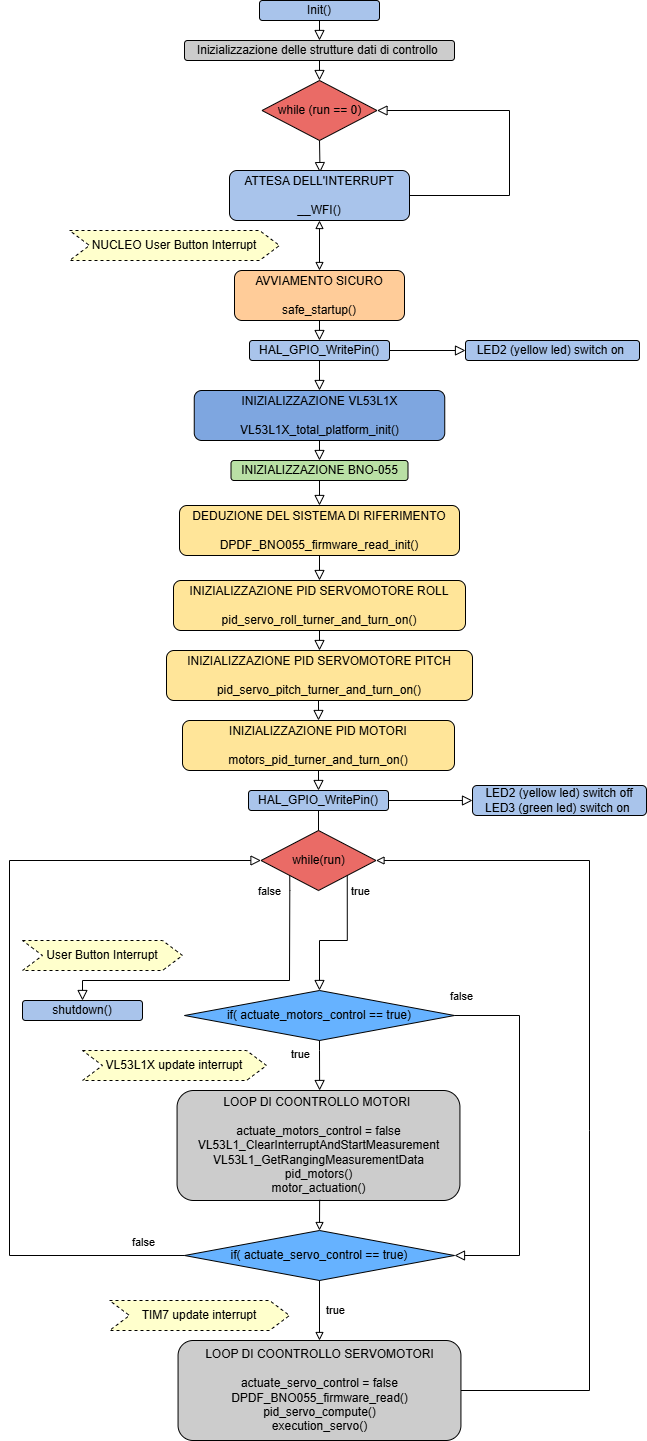
Earlier version of the draw.io export relazione/corrente/figures/03_software/diagramma_di_flusso_generale.png (diego-tag/ducted-fan). Source tidied: cells renumbered, new cells last; positions are measured from the earlier drawing's top-left corner, leaving out a move shared by most shapes. Its diagram source:
```xml
<mxGraphModel background="light-dark(#FFFFFF,#FFFFFF)">
  <root>
    <mxCell id="0" />
    <mxCell id="1" parent="0" />
    <mxCell id="2" style="rounded=0;html=1;jettySize=auto;fontSize=11;endArrow=block;endFill=0;endSize=8;strokeWidth=1;shadow=0;labelBackgroundColor=none;edgeStyle=orthogonalEdgeStyle;entryX=0.5;entryY=0;entryDx=0;entryDy=0;" parent="1" edge="1" source="3" target="4">
      <mxGeometry relative="1" as="geometry">
        <Array as="points">
          <mxPoint x="310" y="40" />
        </Array>
      </mxGeometry>
    </mxCell>
    <mxCell id="3" value="&lt;font style=&quot;color: light-dark(rgb(0, 0, 0), rgb(0, 0, 0));&quot;&gt;Init()&lt;/font&gt;" style="rounded=1;whiteSpace=wrap;html=1;fontSize=12;glass=0;strokeWidth=1;shadow=0;fillColor=light-dark(#A9C4EB,#A9C4EB);" parent="1" vertex="1">
      <mxGeometry x="250" width="120" height="20" as="geometry" />
    </mxCell>
    <mxCell id="4" value="&lt;font style=&quot;color: light-dark(rgb(0, 0, 0), rgb(0, 0, 0));&quot;&gt;Inizializzazione delle strutture dati di controllo&amp;nbsp;&lt;/font&gt;" style="rounded=1;whiteSpace=wrap;html=1;fillColor=light-dark(#CCCCCC,#CCCCCC);" parent="1" vertex="1">
      <mxGeometry x="175" y="40" width="270" height="20" as="geometry" />
    </mxCell>
    <mxCell id="5" value="while (run == 0)" style="rhombus;whiteSpace=wrap;html=1;fillColor=#EA6B66;" parent="1" vertex="1">
      <mxGeometry x="252.5" y="80" width="115" height="60" as="geometry" />
    </mxCell>
    <mxCell id="6" style="rounded=0;html=1;jettySize=auto;fontSize=11;endArrow=block;endFill=0;endSize=8;strokeWidth=1;shadow=0;labelBackgroundColor=none;edgeStyle=orthogonalEdgeStyle;exitX=0.5;exitY=1;exitDx=0;exitDy=0;entryX=0.5;entryY=0;entryDx=0;entryDy=0;" parent="1" edge="1" source="4" target="5">
      <mxGeometry relative="1" as="geometry" />
    </mxCell>
    <mxCell id="7" style="rounded=0;html=1;jettySize=auto;fontSize=11;endArrow=block;endFill=0;endSize=8;strokeWidth=1;shadow=0;labelBackgroundColor=none;edgeStyle=orthogonalEdgeStyle;entryX=0.503;entryY=0.042;entryDx=0;entryDy=0;entryPerimeter=0;exitX=0.5;exitY=1;exitDx=0;exitDy=0;" parent="1" edge="1" source="5" target="8">
      <mxGeometry relative="1" as="geometry" />
    </mxCell>
    <mxCell id="8" value="ATTESA DELL'INTERRUPT&lt;div&gt;&lt;br&gt;&lt;div&gt;__WFI()&lt;/div&gt;&lt;/div&gt;" style="rounded=1;whiteSpace=wrap;html=1;fillColor=#A9C4EB;" parent="1" vertex="1">
      <mxGeometry x="220" y="170" width="180" height="50" as="geometry" />
    </mxCell>
    <mxCell id="9" style="rounded=0;html=1;jettySize=auto;fontSize=11;endArrow=block;endFill=0;endSize=8;strokeWidth=1;shadow=0;labelBackgroundColor=none;edgeStyle=orthogonalEdgeStyle;exitX=1;exitY=0.5;exitDx=0;exitDy=0;entryX=1;entryY=0.5;entryDx=0;entryDy=0;" parent="1" edge="1" source="8" target="5">
      <mxGeometry relative="1" as="geometry">
        <Array as="points">
          <mxPoint x="500" y="195" />
          <mxPoint x="500" y="110" />
        </Array>
      </mxGeometry>
    </mxCell>
    <mxCell id="10" value="NUCLEO User Button Interrupt" style="shape=step;perimeter=stepPerimeter;whiteSpace=wrap;html=1;fixedSize=1;dashed=1;fillColor=#FFFFCC;" parent="1" vertex="1">
      <mxGeometry x="60" y="230" width="210" height="30" as="geometry" />
    </mxCell>
    <mxCell id="11" style="endArrow=block;startArrow=block;html=1;rounded=0;startFill=0;endFill=0;exitX=0.5;exitY=0;exitDx=0;exitDy=0;entryX=0.5;entryY=1;entryDx=0;entryDy=0;" parent="1" edge="1" source="12" target="8">
      <mxGeometry relative="1" as="geometry" />
    </mxCell>
    <mxCell id="12" value="AVVIAMENTO SICURO&lt;div&gt;&lt;br&gt;&lt;/div&gt;&lt;div&gt;safe_startup()&lt;/div&gt;" style="rounded=1;whiteSpace=wrap;html=1;fillColor=#FFCC99;" parent="1" vertex="1">
      <mxGeometry x="225" y="270" width="170" height="50" as="geometry" />
    </mxCell>
    <mxCell id="13" value="HAL_GPIO_WritePin()" style="rounded=1;whiteSpace=wrap;html=1;fillColor=light-dark(#A9C4EB,#A9C4EB);" parent="1" vertex="1">
      <mxGeometry x="240" y="340" width="140" height="20" as="geometry" />
    </mxCell>
    <mxCell id="14" style="rounded=0;html=1;jettySize=auto;fontSize=11;endArrow=block;endFill=0;endSize=8;strokeWidth=1;shadow=0;labelBackgroundColor=none;edgeStyle=orthogonalEdgeStyle;entryX=0.5;entryY=0;entryDx=0;entryDy=0;exitX=0.5;exitY=1;exitDx=0;exitDy=0;" parent="1" edge="1" source="12" target="13">
      <mxGeometry relative="1" as="geometry" />
    </mxCell>
    <mxCell id="15" value="LED2 (yellow led) switch on&amp;nbsp;" style="rounded=1;whiteSpace=wrap;html=1;fillColor=light-dark(#A9C4EB,#A9C4EB);" parent="1" vertex="1">
      <mxGeometry x="456" y="340" width="174" height="20" as="geometry" />
    </mxCell>
    <mxCell id="16" style="rounded=0;html=1;jettySize=auto;fontSize=11;endArrow=block;endFill=0;endSize=8;strokeWidth=1;shadow=0;labelBackgroundColor=none;edgeStyle=orthogonalEdgeStyle;entryX=0;entryY=0.5;entryDx=0;entryDy=0;exitX=1;exitY=0.5;exitDx=0;exitDy=0;" parent="1" edge="1" source="13" target="15">
      <mxGeometry relative="1" as="geometry" />
    </mxCell>
    <mxCell id="17" value="INIZIALIZZAZIONE VL53L1X&lt;div&gt;&lt;br&gt;&lt;div&gt;VL53L1X_total_platform_init()&lt;/div&gt;&lt;/div&gt;" style="rounded=1;whiteSpace=wrap;html=1;fillColor=#7EA6E0;" parent="1" vertex="1">
      <mxGeometry x="184.8" y="390" width="250.5" height="50" as="geometry" />
    </mxCell>
    <mxCell id="18" style="rounded=0;html=1;jettySize=auto;fontSize=11;endArrow=block;endFill=0;endSize=8;strokeWidth=1;shadow=0;labelBackgroundColor=none;edgeStyle=orthogonalEdgeStyle;entryX=0.5;entryY=0;entryDx=0;entryDy=0;exitX=0.5;exitY=1;exitDx=0;exitDy=0;" parent="1" edge="1" source="13" target="17">
      <mxGeometry relative="1" as="geometry" />
    </mxCell>
    <mxCell id="19" value="INIZIALIZZAZIONE BNO-055" style="rounded=1;whiteSpace=wrap;html=1;fillColor=#B9E0A5;" parent="1" vertex="1">
      <mxGeometry x="221.5" y="460" width="177" height="20" as="geometry" />
    </mxCell>
    <mxCell id="20" style="rounded=0;html=1;jettySize=auto;fontSize=11;endArrow=block;endFill=0;endSize=8;strokeWidth=1;shadow=0;labelBackgroundColor=none;edgeStyle=orthogonalEdgeStyle;entryX=0.5;entryY=0;entryDx=0;entryDy=0;exitX=0.5;exitY=1;exitDx=0;exitDy=0;" parent="1" edge="1" source="17" target="19">
      <mxGeometry relative="1" as="geometry" />
    </mxCell>
    <mxCell id="21" value="DEDUZIONE DEL SISTEMA DI RIFERIMENTO&lt;div&gt;&lt;br&gt;&lt;/div&gt;&lt;div&gt;DPDF_BNO055_firmware_read_init()&lt;/div&gt;" style="rounded=1;whiteSpace=wrap;html=1;fillColor=#FFE599;" parent="1" vertex="1">
      <mxGeometry x="170" y="505" width="280" height="50" as="geometry" />
    </mxCell>
    <mxCell id="22" style="rounded=0;html=1;jettySize=auto;fontSize=11;endArrow=block;endFill=0;endSize=8;strokeWidth=1;shadow=0;labelBackgroundColor=none;edgeStyle=orthogonalEdgeStyle;entryX=0.5;entryY=0;entryDx=0;entryDy=0;exitX=0.5;exitY=1;exitDx=0;exitDy=0;" parent="1" edge="1" source="19" target="21">
      <mxGeometry relative="1" as="geometry" />
    </mxCell>
    <mxCell id="23" value="INIZIALIZZAZIONE PID SERVOMOTORE ROLL&lt;div&gt;&lt;br&gt;&lt;/div&gt;&lt;div&gt;pid_servo_roll_turner_and_turn_on()&lt;/div&gt;" style="rounded=1;whiteSpace=wrap;html=1;fillColor=#FFE599;" parent="1" vertex="1">
      <mxGeometry x="164" y="580" width="292" height="50" as="geometry" />
    </mxCell>
    <mxCell id="24" style="rounded=0;html=1;jettySize=auto;fontSize=11;endArrow=block;endFill=0;endSize=8;strokeWidth=1;shadow=0;labelBackgroundColor=none;edgeStyle=orthogonalEdgeStyle;entryX=0.5;entryY=0;entryDx=0;entryDy=0;exitX=0.5;exitY=1;exitDx=0;exitDy=0;" parent="1" edge="1" source="21" target="23">
      <mxGeometry relative="1" as="geometry" />
    </mxCell>
    <mxCell id="25" value="INIZIALIZZAZIONE PID SERVOMOTORE PITCH&lt;div&gt;&lt;br&gt;&lt;/div&gt;&lt;div&gt;pid_servo_pitch_turner_and_turn_on()&lt;/div&gt;" style="rounded=1;whiteSpace=wrap;html=1;fillColor=#FFE599;" parent="1" vertex="1">
      <mxGeometry x="157" y="650" width="306" height="50" as="geometry" />
    </mxCell>
    <mxCell id="26" style="rounded=0;html=1;jettySize=auto;fontSize=11;endArrow=block;endFill=0;endSize=8;strokeWidth=1;shadow=0;labelBackgroundColor=none;edgeStyle=orthogonalEdgeStyle;exitX=0.5;exitY=1;exitDx=0;exitDy=0;entryX=0.5;entryY=0;entryDx=0;entryDy=0;" parent="1" edge="1" source="23" target="25">
      <mxGeometry relative="1" as="geometry" />
    </mxCell>
    <mxCell id="27" value="INIZIALIZZAZIONE PID MOTORI&lt;div&gt;&lt;br&gt;&lt;/div&gt;&lt;div&gt;motors_pid_turner_and_turn_on()&lt;/div&gt;" style="rounded=1;whiteSpace=wrap;html=1;fillColor=#FFE599;" parent="1" vertex="1">
      <mxGeometry x="173" y="720" width="272" height="50" as="geometry" />
    </mxCell>
    <mxCell id="28" style="rounded=0;html=1;jettySize=auto;fontSize=11;endArrow=block;endFill=0;endSize=8;strokeWidth=1;shadow=0;labelBackgroundColor=none;edgeStyle=orthogonalEdgeStyle;exitX=0.5;exitY=1;exitDx=0;exitDy=0;entryX=0.5;entryY=0;entryDx=0;entryDy=0;" parent="1" edge="1" source="25" target="27">
      <mxGeometry relative="1" as="geometry" />
    </mxCell>
    <mxCell id="29" value="while(run)" style="rhombus;whiteSpace=wrap;html=1;fillColor=#EA6B66;" parent="1" vertex="1">
      <mxGeometry x="251.5" y="830" width="115" height="60" as="geometry" />
    </mxCell>
    <mxCell id="30" value="HAL_GPIO_WritePin()" style="rounded=1;whiteSpace=wrap;html=1;fillColor=light-dark(#A9C4EB,#A9C4EB);" parent="1" vertex="1">
      <mxGeometry x="239" y="790" width="140" height="20" as="geometry" />
    </mxCell>
    <mxCell id="31" value="LED2 (yellow led) switch off&lt;div&gt;LED3 (green led) switch on&amp;nbsp;&lt;/div&gt;" style="rounded=1;whiteSpace=wrap;html=1;fillColor=light-dark(#A9C4EB,#A9C4EB);" parent="1" vertex="1">
      <mxGeometry x="463" y="785" width="174" height="30" as="geometry" />
    </mxCell>
    <mxCell id="32" style="rounded=0;html=1;jettySize=auto;fontSize=11;endArrow=block;endFill=0;endSize=8;strokeWidth=1;shadow=0;labelBackgroundColor=none;edgeStyle=orthogonalEdgeStyle;exitX=0.5;exitY=1;exitDx=0;exitDy=0;entryX=0.5;entryY=0;entryDx=0;entryDy=0;" parent="1" edge="1" source="27" target="30">
      <mxGeometry relative="1" as="geometry">
        <Array as="points">
          <mxPoint x="309" y="780" />
          <mxPoint x="309" y="780" />
        </Array>
      </mxGeometry>
    </mxCell>
    <mxCell id="33" style="rounded=0;html=1;jettySize=auto;fontSize=11;endArrow=block;endFill=0;endSize=8;strokeWidth=1;shadow=0;labelBackgroundColor=none;edgeStyle=orthogonalEdgeStyle;exitX=1;exitY=0.5;exitDx=0;exitDy=0;entryX=0;entryY=0.5;entryDx=0;entryDy=0;" parent="1" edge="1" source="30" target="31">
      <mxGeometry relative="1" as="geometry" />
    </mxCell>
    <mxCell id="34" style="endArrow=none;html=1;rounded=0;exitX=0.5;exitY=0;exitDx=0;exitDy=0;entryX=0.5;entryY=1;entryDx=0;entryDy=0;" parent="1" edge="1" source="29" target="30">
      <mxGeometry relative="1" as="geometry" />
    </mxCell>
    <mxCell id="35" value="if( actuate_motors_control == true)" style="rhombus;whiteSpace=wrap;html=1;fillColor=#66B2FF;" parent="1" vertex="1">
      <mxGeometry x="175" y="990" width="270" height="50" as="geometry" />
    </mxCell>
    <mxCell id="36" value="VL53L1X update interrupt" style="shape=step;perimeter=stepPerimeter;whiteSpace=wrap;html=1;fixedSize=1;dashed=1;fillColor=#FFFFCC;" parent="1" vertex="1">
      <mxGeometry x="73" y="1050" width="184" height="30" as="geometry" />
    </mxCell>
    <mxCell id="37" style="rounded=0;html=1;jettySize=auto;fontSize=11;endArrow=block;endFill=0;endSize=8;strokeWidth=1;shadow=0;labelBackgroundColor=none;edgeStyle=orthogonalEdgeStyle;exitX=1;exitY=1;exitDx=0;exitDy=0;entryX=0.5;entryY=0;entryDx=0;entryDy=0;" parent="1" edge="1" source="29" target="35">
      <mxGeometry relative="1" as="geometry" />
    </mxCell>
    <mxCell id="38" value="false" style="edgeLabel;html=1;align=center;verticalAlign=middle;" parent="37" vertex="1">
      <mxGeometry x="-0.01" y="3" relative="1" as="geometry">
        <mxPoint x="-72" y="-53" as="offset" />
      </mxGeometry>
    </mxCell>
    <mxCell id="39" style="rounded=0;html=1;jettySize=auto;fontSize=11;endArrow=block;endFill=0;endSize=8;strokeWidth=1;shadow=0;labelBackgroundColor=none;edgeStyle=orthogonalEdgeStyle;exitX=1;exitY=0.5;exitDx=0;exitDy=0;entryX=1;entryY=0.5;entryDx=0;entryDy=0;" parent="1" edge="1" source="35" target="48">
      <mxGeometry relative="1" as="geometry">
        <Array as="points">
          <mxPoint x="510" y="1015" />
          <mxPoint x="510" y="1255" />
        </Array>
      </mxGeometry>
    </mxCell>
    <mxCell id="40" value="false" style="edgeLabel;html=1;align=center;verticalAlign=middle;" parent="39" vertex="1">
      <mxGeometry x="0.25" y="1" relative="1" as="geometry">
        <mxPoint x="-60" y="-187" as="offset" />
      </mxGeometry>
    </mxCell>
    <mxCell id="41" style="rounded=0;html=1;jettySize=auto;fontSize=11;endArrow=block;endFill=0;endSize=8;strokeWidth=1;shadow=0;labelBackgroundColor=none;edgeStyle=orthogonalEdgeStyle;exitX=0.5;exitY=1;exitDx=0;exitDy=0;entryX=0.504;entryY=0;entryDx=0;entryDy=0;entryPerimeter=0;" parent="1" edge="1" source="35" target="43">
      <mxGeometry relative="1" as="geometry">
        <Array as="points">
          <mxPoint x="310" y="1050" />
        </Array>
      </mxGeometry>
    </mxCell>
    <mxCell id="42" value="true" style="edgeLabel;html=1;align=center;verticalAlign=middle;" parent="41" vertex="1">
      <mxGeometry x="0.16" y="1" relative="1" as="geometry">
        <mxPoint x="-21" y="-15" as="offset" />
      </mxGeometry>
    </mxCell>
    <mxCell id="43" value="LOOP DI COONTROLLO MOTORI&amp;nbsp;&lt;div&gt;&lt;br&gt;&lt;div&gt;actuate_motors_control = false&lt;/div&gt;&lt;div&gt;VL53L1_ClearInterruptAndStartMeasurement&lt;/div&gt;&lt;div&gt;VL53L1_GetRangingMeasurementData&lt;/div&gt;&lt;div&gt;pid_motors()&lt;/div&gt;&lt;div&gt;motor_actuation()&lt;/div&gt;&lt;/div&gt;" style="rounded=1;whiteSpace=wrap;html=1;fillColor=#CCCCCC;" parent="1" vertex="1">
      <mxGeometry x="167.6" y="1090" width="282.9" height="110" as="geometry" />
    </mxCell>
    <mxCell id="44" value="User Button Interrupt" style="shape=step;perimeter=stepPerimeter;whiteSpace=wrap;html=1;fixedSize=1;dashed=1;fillColor=#FFFFCC;" parent="1" vertex="1">
      <mxGeometry x="13" y="940" width="160" height="30" as="geometry" />
    </mxCell>
    <mxCell id="45" style="rounded=0;html=1;jettySize=auto;fontSize=11;endArrow=block;endFill=0;endSize=8;strokeWidth=1;shadow=0;labelBackgroundColor=none;edgeStyle=orthogonalEdgeStyle;entryX=0.5;entryY=0;entryDx=0;entryDy=0;exitX=0;exitY=1;exitDx=0;exitDy=0;" parent="1" edge="1" source="29" target="47">
      <mxGeometry relative="1" as="geometry">
        <Array as="points">
          <mxPoint x="280" y="890" />
          <mxPoint x="280" y="980" />
          <mxPoint x="73" y="980" />
        </Array>
      </mxGeometry>
    </mxCell>
    <mxCell id="46" value="true" style="edgeLabel;html=1;align=center;verticalAlign=middle;" parent="45" vertex="1">
      <mxGeometry x="-0.18" y="-4" relative="1" as="geometry">
        <mxPoint x="101" y="-86" as="offset" />
      </mxGeometry>
    </mxCell>
    <mxCell id="47" value="shutdown()" style="rounded=1;whiteSpace=wrap;html=1;fillColor=#A9C4EB;" parent="1" vertex="1">
      <mxGeometry x="13" y="1000" width="120" height="20" as="geometry" />
    </mxCell>
    <mxCell id="48" value="if( actuate_servo_control == true)" style="rhombus;whiteSpace=wrap;html=1;fillColor=#66B2FF;" parent="1" vertex="1">
      <mxGeometry x="175" y="1230" width="270" height="50" as="geometry" />
    </mxCell>
    <mxCell id="49" style="endArrow=block;html=1;rounded=0;exitX=0.504;exitY=0.994;exitDx=0;exitDy=0;entryX=0.5;entryY=0;entryDx=0;entryDy=0;endFill=0;exitPerimeter=0;" parent="1" edge="1" source="43" target="48">
      <mxGeometry relative="1" as="geometry" />
    </mxCell>
    <mxCell id="50" value="TIM7 update interrupt" style="shape=step;perimeter=stepPerimeter;whiteSpace=wrap;html=1;fixedSize=1;dashed=1;fillColor=#FFFFCC;" parent="1" vertex="1">
      <mxGeometry x="100" y="1300" width="180" height="30" as="geometry" />
    </mxCell>
    <mxCell id="51" style="endArrow=block;html=1;rounded=0;exitX=0.5;exitY=1;exitDx=0;exitDy=0;endFill=0;entryX=0.5;entryY=0;entryDx=0;entryDy=0;" parent="1" edge="1" source="48" target="53">
      <mxGeometry relative="1" as="geometry" />
    </mxCell>
    <mxCell id="52" value="true" style="edgeLabel;html=1;align=center;verticalAlign=middle;" parent="51" vertex="1">
      <mxGeometry x="-0.04" relative="1" as="geometry">
        <mxPoint x="15" as="offset" />
      </mxGeometry>
    </mxCell>
    <mxCell id="53" value="LOOP DI COONTROLLO SERVOMOTORI&lt;div&gt;&lt;br&gt;&lt;div&gt;&lt;span style=&quot;background-color: transparent; color: light-dark(rgb(0, 0, 0), rgb(255, 255, 255));&quot;&gt;actuate_servo_control = false&lt;/span&gt;&lt;/div&gt;&lt;div&gt;&lt;span style=&quot;background-color: transparent; color: light-dark(rgb(0, 0, 0), rgb(255, 255, 255));&quot;&gt;DPDF_BNO055_firmware_read()&lt;/span&gt;&lt;/div&gt;&lt;div&gt;&lt;span style=&quot;background-color: transparent; color: light-dark(rgb(0, 0, 0), rgb(255, 255, 255));&quot;&gt;pid_servo_compute()&lt;/span&gt;&lt;/div&gt;&lt;div&gt;&lt;span style=&quot;background-color: transparent; color: light-dark(rgb(0, 0, 0), rgb(255, 255, 255));&quot;&gt;execution_servo()&lt;/span&gt;&lt;/div&gt;&lt;/div&gt;" style="rounded=1;whiteSpace=wrap;html=1;fillColor=#CCCCCC;" parent="1" vertex="1">
      <mxGeometry x="168.6" y="1340" width="282.9" height="100" as="geometry" />
    </mxCell>
    <mxCell id="54" style="rounded=0;html=1;jettySize=auto;fontSize=11;endArrow=block;endFill=0;endSize=8;strokeWidth=1;shadow=0;labelBackgroundColor=none;edgeStyle=orthogonalEdgeStyle;entryX=0;entryY=0.5;entryDx=0;entryDy=0;exitX=0;exitY=0.5;exitDx=0;exitDy=0;" parent="1" edge="1" source="48" target="29">
      <mxGeometry relative="1" as="geometry">
        <Array as="points">
          <mxPoint y="1255" />
          <mxPoint y="860" />
        </Array>
      </mxGeometry>
    </mxCell>
    <mxCell id="55" value="false" style="edgeLabel;html=1;align=center;verticalAlign=middle;" parent="54" vertex="1">
      <mxGeometry x="0.05" y="-3" relative="1" as="geometry">
        <mxPoint x="130" y="244" as="offset" />
      </mxGeometry>
    </mxCell>
    <mxCell id="56" style="endArrow=block;html=1;rounded=0;endFill=0;exitX=1;exitY=0.5;exitDx=0;exitDy=0;entryX=1;entryY=0.5;entryDx=0;entryDy=0;" parent="1" edge="1" source="53" target="29">
      <mxGeometry relative="1" as="geometry">
        <Array as="points">
          <mxPoint x="580" y="1390" />
          <mxPoint x="580" y="1130" />
          <mxPoint x="580" y="860" />
        </Array>
      </mxGeometry>
    </mxCell>
  </root>
</mxGraphModel>
```
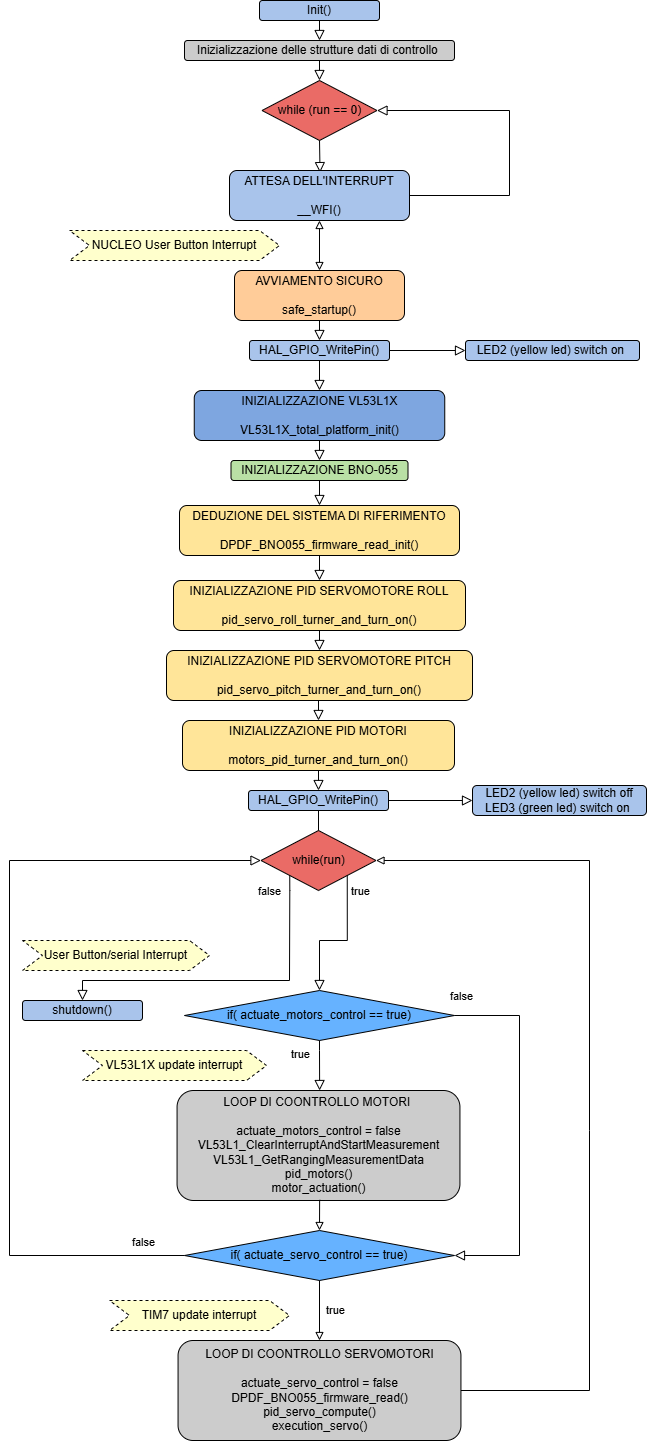
After the change.

Diff of the diagram source:
```diff
@@ -157,8 +157,8 @@
     <mxCell id="43" value="LOOP DI COONTROLLO MOTORI&amp;nbsp;&lt;div&gt;&lt;br&gt;&lt;div&gt;actuate_motors_control = false&lt;/div&gt;&lt;div&gt;VL53L1_ClearInterruptAndStartMeasurement&lt;/div&gt;&lt;div&gt;VL53L1_GetRangingMeasurementData&lt;/div&gt;&lt;div&gt;pid_motors()&lt;/div&gt;&lt;div&gt;motor_actuation()&lt;/div&gt;&lt;/div&gt;" style="rounded=1;whiteSpace=wrap;html=1;fillColor=#CCCCCC;" parent="1" vertex="1">
       <mxGeometry x="167.6" y="1090" width="282.9" height="110" as="geometry" />
     </mxCell>
-    <mxCell id="44" value="User Button Interrupt" style="shape=step;perimeter=stepPerimeter;whiteSpace=wrap;html=1;fixedSize=1;dashed=1;fillColor=#FFFFCC;" parent="1" vertex="1">
-      <mxGeometry x="13" y="940" width="160" height="30" as="geometry" />
+    <mxCell id="44" value="User Button/serial Interrupt" style="shape=step;perimeter=stepPerimeter;whiteSpace=wrap;html=1;fixedSize=1;dashed=1;fillColor=#FFFFCC;" parent="1" vertex="1">
+      <mxGeometry x="13" y="940" width="187" height="30" as="geometry" />
     </mxCell>
     <mxCell id="45" style="rounded=0;html=1;jettySize=auto;fontSize=11;endArrow=block;endFill=0;endSize=8;strokeWidth=1;shadow=0;labelBackgroundColor=none;edgeStyle=orthogonalEdgeStyle;entryX=0.5;entryY=0;entryDx=0;entryDy=0;exitX=0;exitY=1;exitDx=0;exitDy=0;" parent="1" edge="1" source="29" target="47">
       <mxGeometry relative="1" as="geometry">
```
